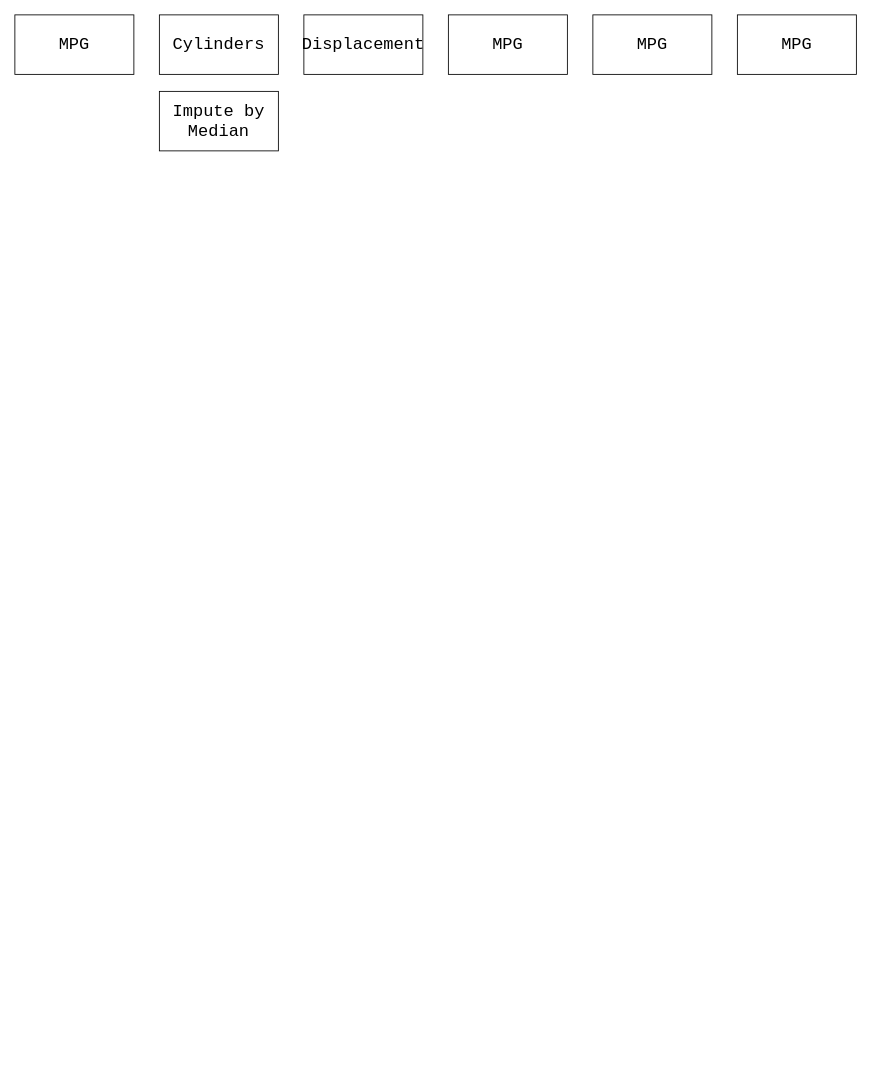
roijacob/data-science-projects keeps this draw.io diagram as page "Sklearn Pipeline" (4 of 4) of auto-mpg/files/diagrams/project diagram and planning.drawio. Above is the earlier version. Source tidied: cells renumbered, new cells numbered last; positions are measured from the earlier drawing's top-left corner, leaving out a move shared by most shapes. Both pictures are drawn from the tidied source at 85%, with x=0, y=0 at pixel (14, 14).
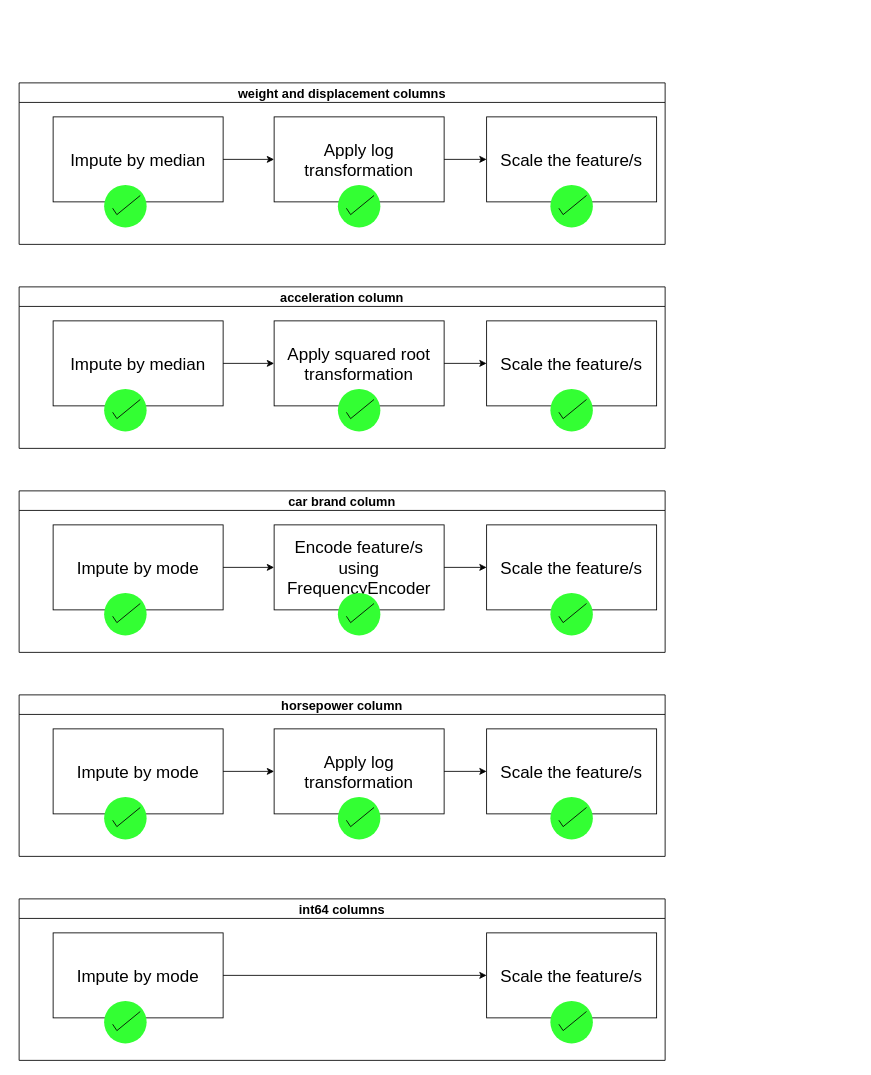
The same diagram, later.

What changed in the source:
```diff
@@
-    <mxCell id="2" value="MPG" style="text;html=1;strokeColor=default;fillColor=none;align=center;verticalAlign=middle;whiteSpace=wrap;rounded=0;fontFamily=Courier New;fontSize=20;" parent="1" vertex="1">
-      <mxGeometry width="140" height="70" as="geometry" />
-    </mxCell>
-    <mxCell id="3" value="Cylinders" style="text;html=1;strokeColor=default;fillColor=none;align=center;verticalAlign=middle;whiteSpace=wrap;rounded=0;fontFamily=Courier New;fontSize=20;" parent="1" vertex="1">
-      <mxGeometry x="170" width="140" height="70" as="geometry" />
-    </mxCell>
-    <mxCell id="4" value="Displacement" style="text;html=1;strokeColor=default;fillColor=none;align=center;verticalAlign=middle;whiteSpace=wrap;rounded=0;fontFamily=Courier New;fontSize=20;" parent="1" vertex="1">
-      <mxGeometry x="340" width="140" height="70" as="geometry" />
-    </mxCell>
-    <mxCell id="5" value="MPG" style="text;html=1;strokeColor=default;fillColor=none;align=center;verticalAlign=middle;whiteSpace=wrap;rounded=0;fontFamily=Courier New;fontSize=20;" parent="1" vertex="1">
-      <mxGeometry x="510" width="140" height="70" as="geometry" />
-    </mxCell>
-    <mxCell id="6" value="MPG" style="text;html=1;strokeColor=default;fillColor=none;align=center;verticalAlign=middle;whiteSpace=wrap;rounded=0;fontFamily=Courier New;fontSize=20;" parent="1" vertex="1">
-      <mxGeometry x="680" width="140" height="70" as="geometry" />
-    </mxCell>
-    <mxCell id="7" value="MPG" style="text;html=1;strokeColor=default;fillColor=none;align=center;verticalAlign=middle;whiteSpace=wrap;rounded=0;fontFamily=Courier New;fontSize=20;" parent="1" vertex="1">
-      <mxGeometry x="850" width="140" height="70" as="geometry" />
-    </mxCell>
-    <mxCell id="8" value="Impute by Median" style="text;html=1;strokeColor=default;fillColor=none;align=center;verticalAlign=middle;whiteSpace=wrap;rounded=0;fontFamily=Courier New;fontSize=20;" parent="1" vertex="1">
-      <mxGeometry x="170" y="90" width="140" height="70" as="geometry" />
-    </mxCell>
+    <mxCell id="9" value="weight and displacement columns" style="swimlane;whiteSpace=wrap;html=1;fontSize=15;" parent="1" vertex="1">
+      <mxGeometry x="5" y="80" width="760" height="190" as="geometry" />
+    </mxCell>
+    <mxCell id="10" style="group;" parent="9" vertex="1">
+      <mxGeometry x="10" y="40" width="230" height="100" as="geometry" />
+    </mxCell>
+    <mxCell id="11" value="Impute by median" style="rounded=0;whiteSpace=wrap;html=1;fontSize=20;" parent="10" vertex="1">
+      <mxGeometry x="30" width="200" height="100" as="geometry" />
+    </mxCell>
+    <mxCell id="12" style="edgeStyle=orthogonalEdgeStyle;rounded=0;jettySize=auto;html=1;" parent="9" edge="1" source="11" target="14">
+      <mxGeometry relative="1" as="geometry" />
+    </mxCell>
+    <mxCell id="13" style="group;" parent="9" vertex="1">
+      <mxGeometry x="270" y="40" width="230" height="100" as="geometry" />
+    </mxCell>
+    <mxCell id="14" value="Apply log transformation" style="rounded=0;whiteSpace=wrap;html=1;fontSize=20;" parent="13" vertex="1">
+      <mxGeometry x="30" width="200" height="100" as="geometry" />
+    </mxCell>
+    <mxCell id="15" style="html=1;verticalLabelPosition=bottom;labelBackgroundColor=#ffffff;verticalAlign=top;shadow=0;dashed=0;strokeWidth=2;shape=mxgraph.ios7.misc.select;fillColor=#33FF33;strokeColor=default;sketch=0;fontSize=20;fillStyle=auto;perimeterSpacing=0;" parent="13" vertex="1">
+      <mxGeometry x="105" y="80" width="50" height="50" as="geometry" />
+    </mxCell>
+    <mxCell id="16" style="group;" parent="9" vertex="1">
+      <mxGeometry x="520" y="40" width="230" height="100" as="geometry" />
+    </mxCell>
+    <mxCell id="17" value="Scale the feature/s" style="rounded=0;whiteSpace=wrap;html=1;fontSize=20;" parent="16" vertex="1">
+      <mxGeometry x="30" width="200" height="100" as="geometry" />
+    </mxCell>
+    <mxCell id="18" style="edgeStyle=orthogonalEdgeStyle;rounded=0;jettySize=auto;html=1;exitX=1;exitY=0.5;exitDx=0;exitDy=0;entryX=0;entryY=0.5;entryDx=0;entryDy=0;fontFamily=Courier New;" parent="9" edge="1" source="14" target="17">
+      <mxGeometry relative="1" as="geometry" />
+    </mxCell>
+    <mxCell id="19" style="html=1;verticalLabelPosition=bottom;labelBackgroundColor=#ffffff;verticalAlign=top;shadow=0;dashed=0;strokeWidth=2;shape=mxgraph.ios7.misc.select;fillColor=#33FF33;strokeColor=default;sketch=0;fontSize=20;fillStyle=auto;perimeterSpacing=0;" parent="9" vertex="1">
+      <mxGeometry x="100" y="120" width="50" height="50" as="geometry" />
+    </mxCell>
+    <mxCell id="20" style="html=1;verticalLabelPosition=bottom;labelBackgroundColor=#ffffff;verticalAlign=top;shadow=0;dashed=0;strokeWidth=2;shape=mxgraph.ios7.misc.select;fillColor=#33FF33;strokeColor=default;sketch=0;fontSize=20;fillStyle=auto;perimeterSpacing=0;" parent="9" vertex="1">
+      <mxGeometry x="625" y="120" width="50" height="50" as="geometry" />
+    </mxCell>
+    <mxCell id="21" value="acceleration column" style="swimlane;whiteSpace=wrap;html=1;fontSize=15;" parent="1" vertex="1">
+      <mxGeometry x="5" y="320" width="760" height="190" as="geometry" />
+    </mxCell>
+    <mxCell id="22" style="group;" parent="21" vertex="1">
+      <mxGeometry x="10" y="40" width="230" height="100" as="geometry" />
+    </mxCell>
+    <mxCell id="23" value="Impute by median" style="rounded=0;whiteSpace=wrap;html=1;fontSize=20;" parent="22" vertex="1">
+      <mxGeometry x="30" width="200" height="100" as="geometry" />
+    </mxCell>
+    <mxCell id="24" style="edgeStyle=orthogonalEdgeStyle;rounded=0;jettySize=auto;html=1;" parent="21" edge="1" source="23" target="26">
+      <mxGeometry relative="1" as="geometry" />
+    </mxCell>
+    <mxCell id="25" style="group;" parent="21" vertex="1">
+      <mxGeometry x="270" y="40" width="230" height="100" as="geometry" />
+    </mxCell>
+    <mxCell id="26" value="Apply squared root transformation" style="rounded=0;whiteSpace=wrap;html=1;fontSize=20;" parent="25" vertex="1">
+      <mxGeometry x="30" width="200" height="100" as="geometry" />
+    </mxCell>
+    <mxCell id="27" style="html=1;verticalLabelPosition=bottom;labelBackgroundColor=#ffffff;verticalAlign=top;shadow=0;dashed=0;strokeWidth=2;shape=mxgraph.ios7.misc.select;fillColor=#33FF33;strokeColor=default;sketch=0;fontSize=20;fillStyle=auto;perimeterSpacing=0;" parent="25" vertex="1">
+      <mxGeometry x="105" y="80" width="50" height="50" as="geometry" />
+    </mxCell>
+    <mxCell id="28" style="group;" parent="21" vertex="1">
+      <mxGeometry x="520" y="40" width="230" height="100" as="geometry" />
+    </mxCell>
+    <mxCell id="29" value="Scale the feature/s" style="rounded=0;whiteSpace=wrap;html=1;fontSize=20;" parent="28" vertex="1">
+      <mxGeometry x="30" width="200" height="100" as="geometry" />
+    </mxCell>
+    <mxCell id="30" style="edgeStyle=orthogonalEdgeStyle;rounded=0;jettySize=auto;html=1;exitX=1;exitY=0.5;exitDx=0;exitDy=0;entryX=0;entryY=0.5;entryDx=0;entryDy=0;fontFamily=Courier New;" parent="21" edge="1" source="26" target="29">
+      <mxGeometry relative="1" as="geometry" />
+    </mxCell>
+    <mxCell id="31" style="html=1;verticalLabelPosition=bottom;labelBackgroundColor=#ffffff;verticalAlign=top;shadow=0;dashed=0;strokeWidth=2;shape=mxgraph.ios7.misc.select;fillColor=#33FF33;strokeColor=default;sketch=0;fontSize=20;fillStyle=auto;perimeterSpacing=0;" parent="21" vertex="1">
+      <mxGeometry x="100" y="120" width="50" height="50" as="geometry" />
+    </mxCell>
+    <mxCell id="32" style="html=1;verticalLabelPosition=bottom;labelBackgroundColor=#ffffff;verticalAlign=top;shadow=0;dashed=0;strokeWidth=2;shape=mxgraph.ios7.misc.select;fillColor=#33FF33;strokeColor=default;sketch=0;fontSize=20;fillStyle=auto;perimeterSpacing=0;" parent="21" vertex="1">
+      <mxGeometry x="625" y="120" width="50" height="50" as="geometry" />
+    </mxCell>
+    <mxCell id="33" value="car brand column" style="swimlane;whiteSpace=wrap;html=1;fontSize=15;" parent="1" vertex="1">
+      <mxGeometry x="5" y="560" width="760" height="190" as="geometry" />
+    </mxCell>
+    <mxCell id="34" style="group;" parent="33" vertex="1">
+      <mxGeometry x="10" y="40" width="230" height="100" as="geometry" />
+    </mxCell>
+    <mxCell id="35" value="Impute by mode" style="rounded=0;whiteSpace=wrap;html=1;fontSize=20;" parent="34" vertex="1">
+      <mxGeometry x="30" width="200" height="100" as="geometry" />
+    </mxCell>
+    <mxCell id="36" style="edgeStyle=orthogonalEdgeStyle;rounded=0;jettySize=auto;html=1;" parent="33" edge="1" source="35" target="38">
+      <mxGeometry relative="1" as="geometry" />
+    </mxCell>
+    <mxCell id="37" style="group;" parent="33" vertex="1">
+      <mxGeometry x="270" y="40" width="230" height="100" as="geometry" />
+    </mxCell>
+    <mxCell id="38" value="Encode feature/s using FrequencyEncoder" style="rounded=0;whiteSpace=wrap;html=1;fontSize=20;" parent="37" vertex="1">
+      <mxGeometry x="30" width="200" height="100" as="geometry" />
+    </mxCell>
+    <mxCell id="39" style="html=1;verticalLabelPosition=bottom;labelBackgroundColor=#ffffff;verticalAlign=top;shadow=0;dashed=0;strokeWidth=2;shape=mxgraph.ios7.misc.select;fillColor=#33FF33;strokeColor=default;sketch=0;fontSize=20;fillStyle=auto;perimeterSpacing=0;" parent="37" vertex="1">
+      <mxGeometry x="105" y="80" width="50" height="50" as="geometry" />
+    </mxCell>
+    <mxCell id="40" style="group;" parent="33" vertex="1">
+      <mxGeometry x="520" y="40" width="230" height="100" as="geometry" />
+    </mxCell>
+    <mxCell id="41" value="Scale the feature/s" style="rounded=0;whiteSpace=wrap;html=1;fontSize=20;" parent="40" vertex="1">
+      <mxGeometry x="30" width="200" height="100" as="geometry" />
+    </mxCell>
+    <mxCell id="42" style="edgeStyle=orthogonalEdgeStyle;rounded=0;jettySize=auto;html=1;exitX=1;exitY=0.5;exitDx=0;exitDy=0;entryX=0;entryY=0.5;entryDx=0;entryDy=0;fontFamily=Courier New;" parent="33" edge="1" source="38" target="41">
+      <mxGeometry relative="1" as="geometry" />
+    </mxCell>
+    <mxCell id="43" style="html=1;verticalLabelPosition=bottom;labelBackgroundColor=#ffffff;verticalAlign=top;shadow=0;dashed=0;strokeWidth=2;shape=mxgraph.ios7.misc.select;fillColor=#33FF33;strokeColor=default;sketch=0;fontSize=20;fillStyle=auto;perimeterSpacing=0;" parent="33" vertex="1">
+      <mxGeometry x="100" y="120" width="50" height="50" as="geometry" />
+    </mxCell>
+    <mxCell id="44" style="html=1;verticalLabelPosition=bottom;labelBackgroundColor=#ffffff;verticalAlign=top;shadow=0;dashed=0;strokeWidth=2;shape=mxgraph.ios7.misc.select;fillColor=#33FF33;strokeColor=default;sketch=0;fontSize=20;fillStyle=auto;perimeterSpacing=0;" parent="33" vertex="1">
+      <mxGeometry x="625" y="120" width="50" height="50" as="geometry" />
+    </mxCell>
+    <mxCell id="45" value="horsepower column" style="swimlane;whiteSpace=wrap;html=1;fontSize=15;" parent="1" vertex="1">
+      <mxGeometry x="5" y="800" width="760" height="190" as="geometry" />
+    </mxCell>
+    <mxCell id="46" style="group;" parent="45" vertex="1">
+      <mxGeometry x="10" y="40" width="230" height="100" as="geometry" />
+    </mxCell>
+    <mxCell id="47" value="Impute by mode" style="rounded=0;whiteSpace=wrap;html=1;fontSize=20;" parent="46" vertex="1">
+      <mxGeometry x="30" width="200" height="100" as="geometry" />
+    </mxCell>
+    <mxCell id="48" style="edgeStyle=orthogonalEdgeStyle;rounded=0;jettySize=auto;html=1;" parent="45" edge="1" source="47" target="50">
+      <mxGeometry relative="1" as="geometry" />
+    </mxCell>
+    <mxCell id="49" style="group;" parent="45" vertex="1">
+      <mxGeometry x="270" y="40" width="230" height="100" as="geometry" />
+    </mxCell>
+    <mxCell id="50" value="Apply log transformation" style="rounded=0;whiteSpace=wrap;html=1;fontSize=20;" parent="49" vertex="1">
+      <mxGeometry x="30" width="200" height="100" as="geometry" />
+    </mxCell>
+    <mxCell id="51" style="html=1;verticalLabelPosition=bottom;labelBackgroundColor=#ffffff;verticalAlign=top;shadow=0;dashed=0;strokeWidth=2;shape=mxgraph.ios7.misc.select;fillColor=#33FF33;strokeColor=default;sketch=0;fontSize=20;fillStyle=auto;perimeterSpacing=0;" parent="49" vertex="1">
+      <mxGeometry x="105" y="80" width="50" height="50" as="geometry" />
+    </mxCell>
+    <mxCell id="52" style="group;" parent="45" vertex="1">
+      <mxGeometry x="520" y="40" width="230" height="100" as="geometry" />
+    </mxCell>
+    <mxCell id="53" value="Scale the feature/s" style="rounded=0;whiteSpace=wrap;html=1;fontSize=20;" parent="52" vertex="1">
+      <mxGeometry x="30" width="200" height="100" as="geometry" />
+    </mxCell>
+    <mxCell id="54" style="edgeStyle=orthogonalEdgeStyle;rounded=0;jettySize=auto;html=1;exitX=1;exitY=0.5;exitDx=0;exitDy=0;entryX=0;entryY=0.5;entryDx=0;entryDy=0;fontFamily=Courier New;" parent="45" edge="1" source="50" target="53">
+      <mxGeometry relative="1" as="geometry" />
+    </mxCell>
+    <mxCell id="55" style="html=1;verticalLabelPosition=bottom;labelBackgroundColor=#ffffff;verticalAlign=top;shadow=0;dashed=0;strokeWidth=2;shape=mxgraph.ios7.misc.select;fillColor=#33FF33;strokeColor=default;sketch=0;fontSize=20;fillStyle=auto;perimeterSpacing=0;" parent="45" vertex="1">
+      <mxGeometry x="100" y="120" width="50" height="50" as="geometry" />
+    </mxCell>
+    <mxCell id="56" style="html=1;verticalLabelPosition=bottom;labelBackgroundColor=#ffffff;verticalAlign=top;shadow=0;dashed=0;strokeWidth=2;shape=mxgraph.ios7.misc.select;fillColor=#33FF33;strokeColor=default;sketch=0;fontSize=20;fillStyle=auto;perimeterSpacing=0;" parent="45" vertex="1">
+      <mxGeometry x="625" y="120" width="50" height="50" as="geometry" />
+    </mxCell>
+    <mxCell id="57" value="int64 columns" style="swimlane;whiteSpace=wrap;html=1;fontSize=15;" parent="1" vertex="1">
+      <mxGeometry x="5" y="1040" width="760" height="190" as="geometry" />
+    </mxCell>
+    <mxCell id="58" style="group;" parent="57" vertex="1">
+      <mxGeometry x="10" y="40" width="230" height="100" as="geometry" />
+    </mxCell>
+    <mxCell id="59" value="Impute by mode" style="rounded=0;whiteSpace=wrap;html=1;fontSize=20;" parent="58" vertex="1">
+      <mxGeometry x="30" width="200" height="100" as="geometry" />
+    </mxCell>
+    <mxCell id="60" style="edgeStyle=orthogonalEdgeStyle;rounded=0;jettySize=auto;html=1;entryX=0;entryY=0.5;entryDx=0;entryDy=0;" parent="57" edge="1" source="59" target="62">
+      <mxGeometry relative="1" as="geometry" />
+    </mxCell>
+    <mxCell id="61" style="group;" parent="57" vertex="1">
+      <mxGeometry x="520" y="40" width="230" height="100" as="geometry" />
+    </mxCell>
+    <mxCell id="62" value="Scale the feature/s" style="rounded=0;whiteSpace=wrap;html=1;fontSize=20;" parent="61" vertex="1">
+      <mxGeometry x="30" width="200" height="100" as="geometry" />
+    </mxCell>
+    <mxCell id="63" style="html=1;verticalLabelPosition=bottom;labelBackgroundColor=#ffffff;verticalAlign=top;shadow=0;dashed=0;strokeWidth=2;shape=mxgraph.ios7.misc.select;fillColor=#33FF33;strokeColor=default;sketch=0;fontSize=20;fillStyle=auto;perimeterSpacing=0;" parent="57" vertex="1">
+      <mxGeometry x="100" y="120" width="50" height="50" as="geometry" />
+    </mxCell>
+    <mxCell id="64" style="html=1;verticalLabelPosition=bottom;labelBackgroundColor=#ffffff;verticalAlign=top;shadow=0;dashed=0;strokeWidth=2;shape=mxgraph.ios7.misc.select;fillColor=#33FF33;strokeColor=default;sketch=0;fontSize=20;fillStyle=auto;perimeterSpacing=0;" parent="57" vertex="1">
+      <mxGeometry x="625" y="120" width="50" height="50" as="geometry" />
+    </mxCell>
```
